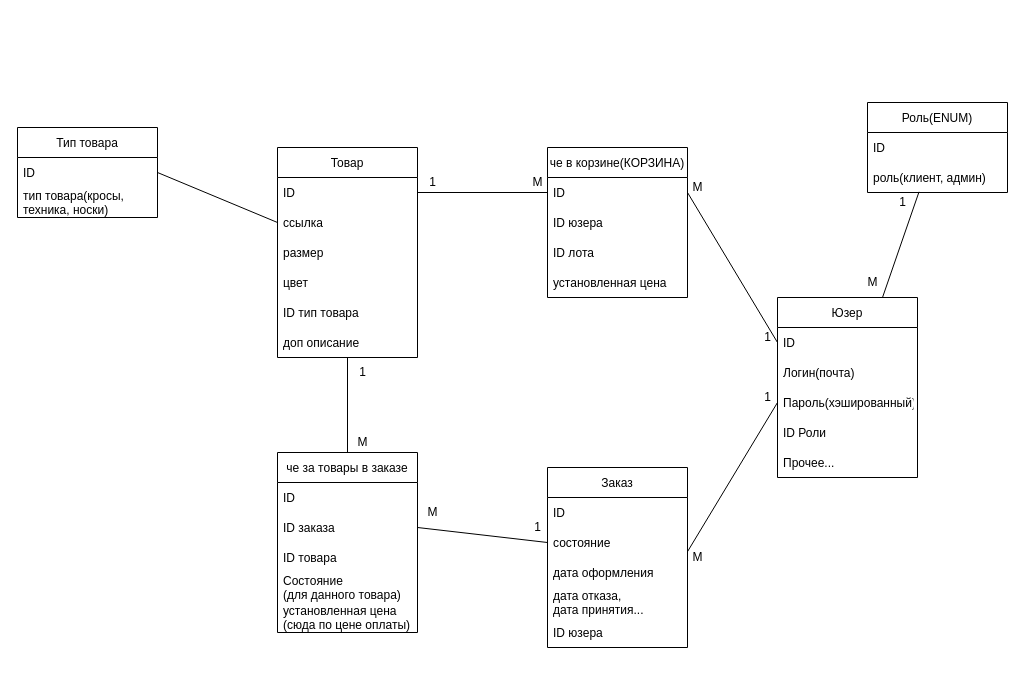
The draw.io diagram business-project-data-structure.drawio in mobile-avengers/backend, before the edit. Source tidied: cells renumbered, new cells numbered last; positions are measured from the earlier drawing's top-left corner, leaving out a move shared by most shapes. Both pictures are drawn from the tidied source at 100%, with x=0, y=0 at pixel (17, 102).
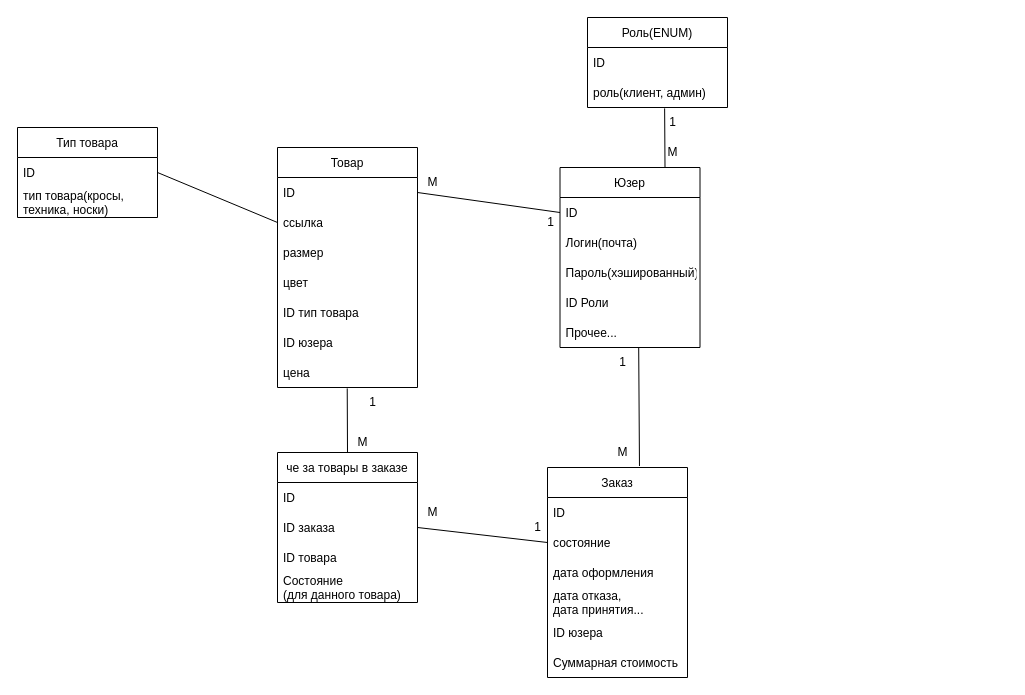
After the change.

Unchanged cells that the change refers to:
```xml
<mxCell id="3" value="ID" style="text;strokeColor=none;fillColor=none;align=left;verticalAlign=middle;spacingLeft=4;spacingRight=4;overflow=hidden;points=[[0,0.5],[1,0.5]];portConstraint=eastwest;" parent="2" vertex="1">
  <mxGeometry y="30" width="140" height="30" as="geometry" />
</mxCell>
<mxCell id="16" value="состояние " style="text;strokeColor=none;fillColor=none;align=left;verticalAlign=middle;spacingLeft=4;spacingRight=4;overflow=hidden;points=[[0,0.5],[1,0.5]];portConstraint=eastwest;" parent="14" vertex="1">
  <mxGeometry y="60" width="140" height="30" as="geometry" />
</mxCell>
<mxCell id="29" value="ID " style="text;strokeColor=none;fillColor=none;align=left;verticalAlign=middle;spacingLeft=4;spacingRight=4;overflow=hidden;points=[[0,0.5],[1,0.5]];portConstraint=eastwest;" parent="28" vertex="1">
  <mxGeometry y="30" width="140" height="30" as="geometry" />
</mxCell>
<mxCell id="31" value="Пароль(хэшированный)" style="text;strokeColor=none;fillColor=none;align=left;verticalAlign=middle;spacingLeft=4;spacingRight=4;overflow=hidden;points=[[0,0.5],[1,0.5]];portConstraint=eastwest;" parent="28" vertex="1">
  <mxGeometry y="90" width="140" height="30" as="geometry" />
</mxCell>
<mxCell id="49" value="роль(клиент, админ)" style="text;strokeColor=none;fillColor=none;align=left;verticalAlign=middle;spacingLeft=4;spacingRight=4;overflow=hidden;points=[[0,0.5],[1,0.5]];portConstraint=eastwest;" parent="47" vertex="1">
  <mxGeometry y="60" width="140" height="30" as="geometry" />
</mxCell>
```

Diff of the diagram source:
```diff
@@
     <mxCell id="2" value="Товар" style="swimlane;fontStyle=0;horizontal=1;startSize=30;" parent="1" vertex="1">
-      <mxGeometry x="260" y="45" width="140" height="210" as="geometry" />
+      <mxGeometry x="260" y="45" width="140" height="240" as="geometry" />
     </mxCell>
@@
-    <mxCell id="8" value="доп описание" style="text;strokeColor=none;fillColor=none;align=left;verticalAlign=middle;spacingLeft=4;spacingRight=4;overflow=hidden;points=[[0,0.5],[1,0.5]];portConstraint=eastwest;" parent="2" vertex="1">
+    <mxCell id="8" value="ID юзера" style="text;strokeColor=none;fillColor=none;align=left;verticalAlign=middle;spacingLeft=4;spacingRight=4;overflow=hidden;points=[[0,0.5],[1,0.5]];portConstraint=eastwest;" parent="2" vertex="1">
       <mxGeometry y="180" width="140" height="30" as="geometry" />
     </mxCell>
-    <mxCell id="9" value="че в корзине(КОРЗИНА)" style="swimlane;fontStyle=0;horizontal=1;startSize=30;" parent="1" vertex="1">
-      <mxGeometry x="530" y="45" width="140" height="150" as="geometry" />
-    </mxCell>
-    <mxCell id="10" value="ID" style="text;strokeColor=none;fillColor=none;align=left;verticalAlign=middle;spacingLeft=4;spacingRight=4;overflow=hidden;points=[[0,0.5],[1,0.5]];portConstraint=eastwest;" parent="9" vertex="1">
-      <mxGeometry y="30" width="140" height="30" as="geometry" />
-    </mxCell>
-    <mxCell id="11" value="ID юзера" style="text;strokeColor=none;fillColor=none;align=left;verticalAlign=middle;spacingLeft=4;spacingRight=4;overflow=hidden;" parent="9" vertex="1">
-      <mxGeometry y="60" width="140" height="30" as="geometry" />
-    </mxCell>
-    <mxCell id="12" value="ID лота" style="text;strokeColor=none;fillColor=none;align=left;verticalAlign=middle;spacingLeft=4;spacingRight=4;overflow=hidden;" parent="9" vertex="1">
-      <mxGeometry y="90" width="140" height="30" as="geometry" />
-    </mxCell>
-    <mxCell id="13" value="установленная цена" style="text;strokeColor=none;fillColor=none;align=left;verticalAlign=middle;spacingLeft=4;spacingRight=4;overflow=hidden;" parent="9" vertex="1">
-      <mxGeometry y="120" width="140" height="30" as="geometry" />
-    </mxCell>
+    <mxCell id="57" value="цена" style="text;strokeColor=none;fillColor=none;align=left;verticalAlign=middle;spacingLeft=4;spacingRight=4;overflow=hidden;points=[[0,0.5],[1,0.5]];portConstraint=eastwest;" parent="2" vertex="1">
+      <mxGeometry y="210" width="140" height="30" as="geometry" />
+    </mxCell>
     <mxCell id="14" value="Заказ" style="swimlane;fontStyle=0;horizontal=1;startSize=30;" parent="1" vertex="1">
-      <mxGeometry x="530" y="365" width="140" height="180" as="geometry" />
+      <mxGeometry x="530" y="365" width="140" height="210" as="geometry" />
     </mxCell>
@@
+    <mxCell id="58" value="Суммарная стоимость" style="text;strokeColor=none;fillColor=none;align=left;verticalAlign=middle;spacingLeft=4;spacingRight=4;overflow=hidden;" parent="14" vertex="1">
+      <mxGeometry y="180" width="140" height="30" as="geometry" />
+    </mxCell>
     <mxCell id="20" value="че за товары в заказе" style="swimlane;fontStyle=0;horizontal=1;startSize=30;" parent="1" vertex="1">
-      <mxGeometry x="260" y="350" width="140" height="180" as="geometry" />
+      <mxGeometry x="260" y="350" width="140" height="150" as="geometry" />
     </mxCell>
@@
-    <mxCell id="25" value="установленная цена&#10;(сюда по цене оплаты)" style="text;strokeColor=none;fillColor=none;align=left;verticalAlign=middle;spacingLeft=4;spacingRight=4;overflow=hidden;" parent="20" vertex="1">
-      <mxGeometry y="150" width="140" height="30" as="geometry" />
-    </mxCell>
-    <mxCell id="26" style="endArrow=none;html=1;rounded=0;exitX=0.5;exitY=0;exitDx=0;exitDy=0;" parent="1" edge="1" source="20" target="8">
+    <mxCell id="26" style="endArrow=none;html=1;rounded=0;exitX=0.5;exitY=0;exitDx=0;exitDy=0;entryX=0.498;entryY=1.03;entryDx=0;entryDy=0;entryPerimeter=0;" parent="1" edge="1" source="20" target="57">
       <mxGeometry relative="1" as="geometry" />
     </mxCell>
@@
     <mxCell id="28" value="Юзер" style="swimlane;fontStyle=0;horizontal=1;startSize=30;" parent="1" vertex="1">
-      <mxGeometry x="760" y="195" width="140" height="180" as="geometry" />
+      <mxGeometry x="542.5" y="65" width="140" height="180" as="geometry" />
     </mxCell>
@@
     <mxCell id="37" value="1" style="text;html=1;align=center;verticalAlign=middle;strokeColor=none;fillColor=none;" parent="1" vertex="1">
-      <mxGeometry x="330" y="255" width="30" height="30" as="geometry" />
+      <mxGeometry x="340" y="285" width="30" height="30" as="geometry" />
     </mxCell>
-    <mxCell id="38" style="endArrow=none;html=1;rounded=0;exitX=1;exitY=0.5;exitDx=0;exitDy=0;entryX=0;entryY=0.5;entryDx=0;entryDy=0;" parent="1" edge="1" source="3" target="10">
+    <mxCell id="38" style="endArrow=none;html=1;rounded=0;exitX=1;exitY=0.5;exitDx=0;exitDy=0;entryX=0;entryY=0.5;entryDx=0;entryDy=0;" parent="1" edge="1" source="3" target="29">
       <mxGeometry relative="1" as="geometry" />
     </mxCell>
-    <mxCell id="39" value="1" style="text;html=1;align=center;verticalAlign=middle;strokeColor=none;fillColor=none;" parent="1" vertex="1">
+    <mxCell id="39" value="M" style="text;html=1;align=center;verticalAlign=middle;strokeColor=none;fillColor=none;" parent="1" vertex="1">
       <mxGeometry x="400" y="65" width="30" height="30" as="geometry" />
     </mxCell>
-    <mxCell id="40" value="М" style="text;html=1;align=center;verticalAlign=middle;strokeColor=none;fillColor=none;" parent="1" vertex="1">
-      <mxGeometry x="505" y="65" width="30" height="30" as="geometry" />
-    </mxCell>
-    <mxCell id="41" style="endArrow=none;html=1;rounded=0;exitX=1;exitY=0.5;exitDx=0;exitDy=0;entryX=0;entryY=0.5;entryDx=0;entryDy=0;" parent="1" edge="1" source="10" target="29">
-      <mxGeometry relative="1" as="geometry" />
-    </mxCell>
-    <mxCell id="42" value="М" style="text;html=1;align=center;verticalAlign=middle;strokeColor=none;fillColor=none;" parent="1" vertex="1">
-      <mxGeometry x="665" y="70" width="30" height="30" as="geometry" />
-    </mxCell>
-    <mxCell id="43" value="1" style="text;html=1;align=center;verticalAlign=middle;strokeColor=none;fillColor=none;" parent="1" vertex="1">
-      <mxGeometry x="735" y="220" width="30" height="30" as="geometry" />
-    </mxCell>
-    <mxCell id="44" style="endArrow=none;html=1;rounded=0;exitX=0.999;exitY=0.813;exitDx=0;exitDy=0;exitPerimeter=0;entryX=0;entryY=0.5;entryDx=0;entryDy=0;" parent="1" edge="1" source="16" target="31">
+    <mxCell id="44" style="endArrow=none;html=1;rounded=0;exitX=0.657;exitY=-0.007;exitDx=0;exitDy=0;exitPerimeter=0;entryX=1.04;entryY=-0.007;entryDx=0;entryDy=0;entryPerimeter=0;" parent="1" edge="1" source="14" target="46">
       <mxGeometry relative="1" as="geometry" />
     </mxCell>
     <mxCell id="45" value="М" style="text;html=1;align=center;verticalAlign=middle;strokeColor=none;fillColor=none;" parent="1" vertex="1">
-      <mxGeometry x="665" y="440" width="30" height="30" as="geometry" />
+      <mxGeometry x="590" y="335" width="30" height="30" as="geometry" />
     </mxCell>
     <mxCell id="46" value="1" style="text;html=1;align=center;verticalAlign=middle;points=[];strokeColor=none;fillColor=none;" parent="1" vertex="1">
-      <mxGeometry x="735" y="280" width="30" height="30" as="geometry" />
+      <mxGeometry x="590" y="245" width="30" height="30" as="geometry" />
     </mxCell>
     <mxCell id="47" value="Роль(ENUM)" style="swimlane;fontStyle=0;horizontal=1;startSize=30;" parent="1" vertex="1">
-      <mxGeometry x="850" width="140" height="90" as="geometry" />
+      <mxGeometry x="570" y="-85" width="140" height="90" as="geometry" />
     </mxCell>
@@
-    <mxCell id="50" style="endArrow=none;html=1;rounded=0;exitX=0.75;exitY=0;exitDx=0;exitDy=0;entryX=0.368;entryY=0.978;entryDx=0;entryDy=0;entryPerimeter=0;" parent="1" edge="1" source="28" target="49">
+    <mxCell id="50" style="endArrow=none;html=1;rounded=0;exitX=0.75;exitY=0;exitDx=0;exitDy=0;entryX=0.551;entryY=1.03;entryDx=0;entryDy=0;entryPerimeter=0;" parent="1" edge="1" source="28" target="49">
       <mxGeometry relative="1" as="geometry" />
     </mxCell>
     <mxCell id="51" value="М" style="text;html=1;align=center;verticalAlign=middle;strokeColor=none;fillColor=none;" parent="1" vertex="1">
-      <mxGeometry x="840" y="165" width="30" height="30" as="geometry" />
+      <mxGeometry x="640" y="35" width="30" height="30" as="geometry" />
     </mxCell>
     <mxCell id="52" value="1" style="text;html=1;align=center;verticalAlign=middle;strokeColor=none;fillColor=none;" parent="1" vertex="1">
-      <mxGeometry x="870" y="85" width="30" height="30" as="geometry" />
+      <mxGeometry x="640" y="5" width="30" height="30" as="geometry" />
     </mxCell>
@@
+    <mxCell id="43" value="1" style="text;html=1;align=center;verticalAlign=middle;strokeColor=none;fillColor=none;" parent="1" vertex="1">
+      <mxGeometry x="517.5" y="105" width="30" height="30" as="geometry" />
+    </mxCell>
```
